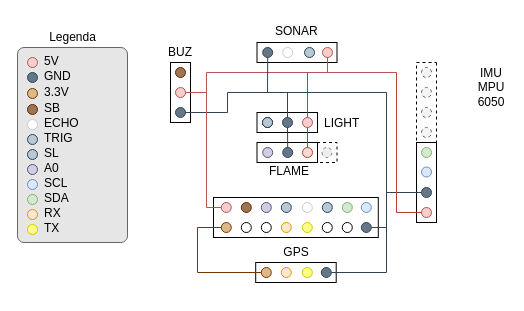
This is page "Pagina-2" (2 of 2) of documentation/arch.drawio from GGZ8/car_accident_detection, a draw.io file, before an edit. Source tidied: cells renumbered, new cells numbered last; positions are measured from the earlier drawing's top-left corner, leaving out a move shared by most shapes. Both pictures are drawn from the tidied source at 100%, with x=0, y=0 at pixel (17, 17).
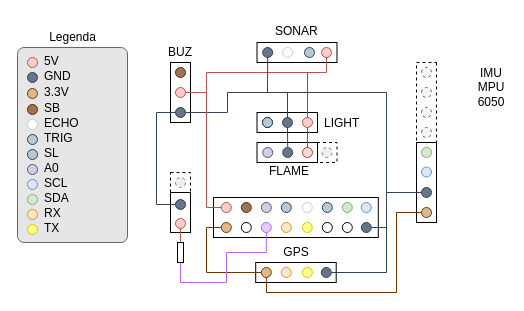
The same diagram, later.

The change refers to these unchanged cells:
```xml
<mxCell id="24" style="ellipse;whiteSpace=wrap;html=1;rounded=1;direction=west;fillColor=#f8cecc;strokeColor=#b85450;" parent="1" vertex="1">
  <mxGeometry x="158" y="70" width="10" height="10" as="geometry" />
</mxCell>
<mxCell id="25" style="ellipse;whiteSpace=wrap;html=1;rounded=1;direction=west;fillColor=#647687;strokeColor=#314354;fontColor=#ffffff;" parent="1" vertex="1">
  <mxGeometry x="158" y="90" width="10" height="10" as="geometry" />
</mxCell>
<mxCell id="54" style="ellipse;whiteSpace=wrap;html=1;rounded=1;flipH=1;strokeColor=#703800;fillColor=#DEB887;" parent="1" vertex="1">
  <mxGeometry x="203.8" y="205" width="10" height="10" as="geometry" />
</mxCell>
<mxCell id="95" style="ellipse;whiteSpace=wrap;html=1;rounded=1;flipH=1;strokeColor=#703800;fillColor=#DEB887;" parent="1" vertex="1">
  <mxGeometry x="243.8" y="250" width="10" height="10" as="geometry" />
</mxCell>
```

What changed in the source:
```diff
@@
+    <mxCell id="100" style="rounded=0;whiteSpace=wrap;html=1;dashed=1;" parent="1" vertex="1">
+      <mxGeometry x="153" y="155" width="20" height="20" as="geometry" />
+    </mxCell>
@@
     <mxCell id="23" style="ellipse;whiteSpace=wrap;html=1;rounded=1;fillColor=#f8cecc;strokeColor=#b85450;" parent="1" vertex="1">
-      <mxGeometry x="305" y="30" width="10" height="10" as="geometry" />
+      <mxGeometry x="304" y="30" width="10" height="10" as="geometry" />
     </mxCell>
@@
     <mxCell id="27" style="endArrow=none;html=1;fillColor=#f8cecc;strokeColor=#b85450;rounded=0;exitX=0;exitY=0.5;exitDx=0;exitDy=0;" parent="1" edge="1" source="24">
       <mxGeometry relative="1" as="geometry">
-        <mxPoint x="379" y="55" as="targetPoint" />
+        <mxPoint x="309" y="55" as="targetPoint" />
         <Array as="points">
           <mxPoint x="189" y="75" />
           <mxPoint x="189" y="55" />
         </Array>
       </mxGeometry>
     </mxCell>
@@
     <mxCell id="29" style="endArrow=none;html=1;entryX=0.5;entryY=1;entryDx=0;entryDy=0;fillColor=#f8cecc;strokeColor=#b85450;" parent="1" edge="1" target="23">
       <mxGeometry relative="1" as="geometry">
-        <mxPoint x="310" y="55" as="sourcePoint" />
+        <mxPoint x="309" y="55" as="sourcePoint" />
       </mxGeometry>
     </mxCell>
@@
     <mxCell id="58" style="endArrow=none;html=1;entryX=0;entryY=0.5;entryDx=0;entryDy=0;exitX=0;exitY=0.5;exitDx=0;exitDy=0;rounded=0;fillColor=#f8cecc;strokeColor=#703800;" parent="1" edge="1" target="54">
       <mxGeometry relative="1" as="geometry">
         <mxPoint x="243.8" y="255" as="sourcePoint" />
         <Array as="points">
-          <mxPoint x="180" y="255" />
-          <mxPoint x="180" y="210" />
+          <mxPoint x="189" y="255" />
+          <mxPoint x="189" y="210" />
         </Array>
       </mxGeometry>
     </mxCell>
@@
-    <mxCell id="85" style="ellipse;whiteSpace=wrap;html=1;rounded=1;direction=west;fillColor=#f8cecc;strokeColor=#b85450;" parent="1" vertex="1">
+    <mxCell id="85" style="ellipse;whiteSpace=wrap;html=1;rounded=1;direction=west;strokeColor=#703800;fillColor=#DEB887;" parent="1" vertex="1">
       <mxGeometry x="404" y="190" width="10" height="10" as="geometry" />
     </mxCell>
@@
-    <mxCell id="90" style="endArrow=none;html=1;exitX=1;exitY=0.5;exitDx=0;exitDy=0;fillColor=#fad9d5;strokeColor=#ae4132;rounded=0;" parent="1" edge="1" source="85">
+    <mxCell id="90" style="endArrow=none;html=1;exitX=1;exitY=0.5;exitDx=0;exitDy=0;fillColor=#fad9d5;rounded=0;strokeColor=#703800;entryX=0.5;entryY=1;entryDx=0;entryDy=0;" parent="1" edge="1" source="85" target="95">
       <mxGeometry relative="1" as="geometry">
-        <mxPoint x="379" y="55" as="targetPoint" />
         <Array as="points">
           <mxPoint x="379" y="195" />
+          <mxPoint x="379" y="275" />
+          <mxPoint x="249" y="275" />
         </Array>
       </mxGeometry>
     </mxCell>
@@
-    <mxCell id="93" style="ellipse;whiteSpace=wrap;html=1;rounded=1;flipH=1;" parent="1" vertex="1">
+    <mxCell id="93" style="ellipse;whiteSpace=wrap;html=1;rounded=1;flipH=1;fontColor=#ffffff;strokeColor=#B266FF;fillColor=#E5CCFF;" parent="1" vertex="1">
       <mxGeometry x="243.8" y="205" width="10" height="10" as="geometry" />
     </mxCell>
@@
+    <mxCell id="101" style="rounded=0;whiteSpace=wrap;html=1;direction=south;" parent="1" vertex="1">
+      <mxGeometry x="153" y="175" width="20" height="40" as="geometry" />
+    </mxCell>
+    <mxCell id="102" style="edgeStyle=orthogonalEdgeStyle;rounded=0;jettySize=auto;html=1;exitX=0.5;exitY=0;exitDx=0;exitDy=0;entryX=0;entryY=0.5;entryDx=0;entryDy=0;strokeColor=#b85450;fillColor=#f8cecc;endArrow=none;endFill=0;" parent="1" edge="1" source="103" target="108">
+      <mxGeometry relative="1" as="geometry" />
+    </mxCell>
+    <mxCell id="103" style="ellipse;whiteSpace=wrap;html=1;rounded=1;direction=west;fillColor=#f8cecc;strokeColor=#b85450;" parent="1" vertex="1">
+      <mxGeometry x="158" y="201" width="10" height="10" as="geometry" />
+    </mxCell>
+    <mxCell id="104" style="ellipse;whiteSpace=wrap;html=1;rounded=1;flipH=1;dashed=1;fillColor=#eeeeee;strokeColor=#808080;" parent="1" vertex="1">
+      <mxGeometry x="158" y="160" width="10" height="10" as="geometry" />
+    </mxCell>
+    <mxCell id="105" style="ellipse;whiteSpace=wrap;html=1;rounded=1;direction=west;fillColor=#647687;strokeColor=#314354;fontColor=#ffffff;" parent="1" vertex="1">
+      <mxGeometry x="158" y="182" width="10" height="10" as="geometry" />
+    </mxCell>
+    <mxCell id="106" style="endArrow=none;html=1;rounded=0;fillColor=#647687;strokeColor=#314354;exitX=1;exitY=0.5;exitDx=0;exitDy=0;entryX=1;entryY=0.5;entryDx=0;entryDy=0;" parent="1" edge="1" source="25" target="105">
+      <mxGeometry relative="1" as="geometry">
+        <Array as="points">
+          <mxPoint x="139" y="95" />
+          <mxPoint x="139" y="187" />
+        </Array>
+      </mxGeometry>
+    </mxCell>
+    <mxCell id="107" style="edgeStyle=orthogonalEdgeStyle;rounded=0;jettySize=auto;html=1;exitX=1;exitY=0.5;exitDx=0;exitDy=0;endArrow=none;endFill=0;fillColor=#6a00ff;entryX=0.5;entryY=1;entryDx=0;entryDy=0;strokeColor=#B266FF;" parent="1" edge="1" source="108" target="93">
+      <mxGeometry relative="1" as="geometry">
+        <Array as="points">
+          <mxPoint x="163" y="265" />
+          <mxPoint x="209" y="265" />
+          <mxPoint x="209" y="235" />
+          <mxPoint x="249" y="235" />
+        </Array>
+      </mxGeometry>
+    </mxCell>
+    <mxCell id="108" style="rounded=0;whiteSpace=wrap;html=1;direction=south;" parent="1" vertex="1">
+      <mxGeometry x="160" y="225" width="6" height="20" as="geometry" />
+    </mxCell>
```
